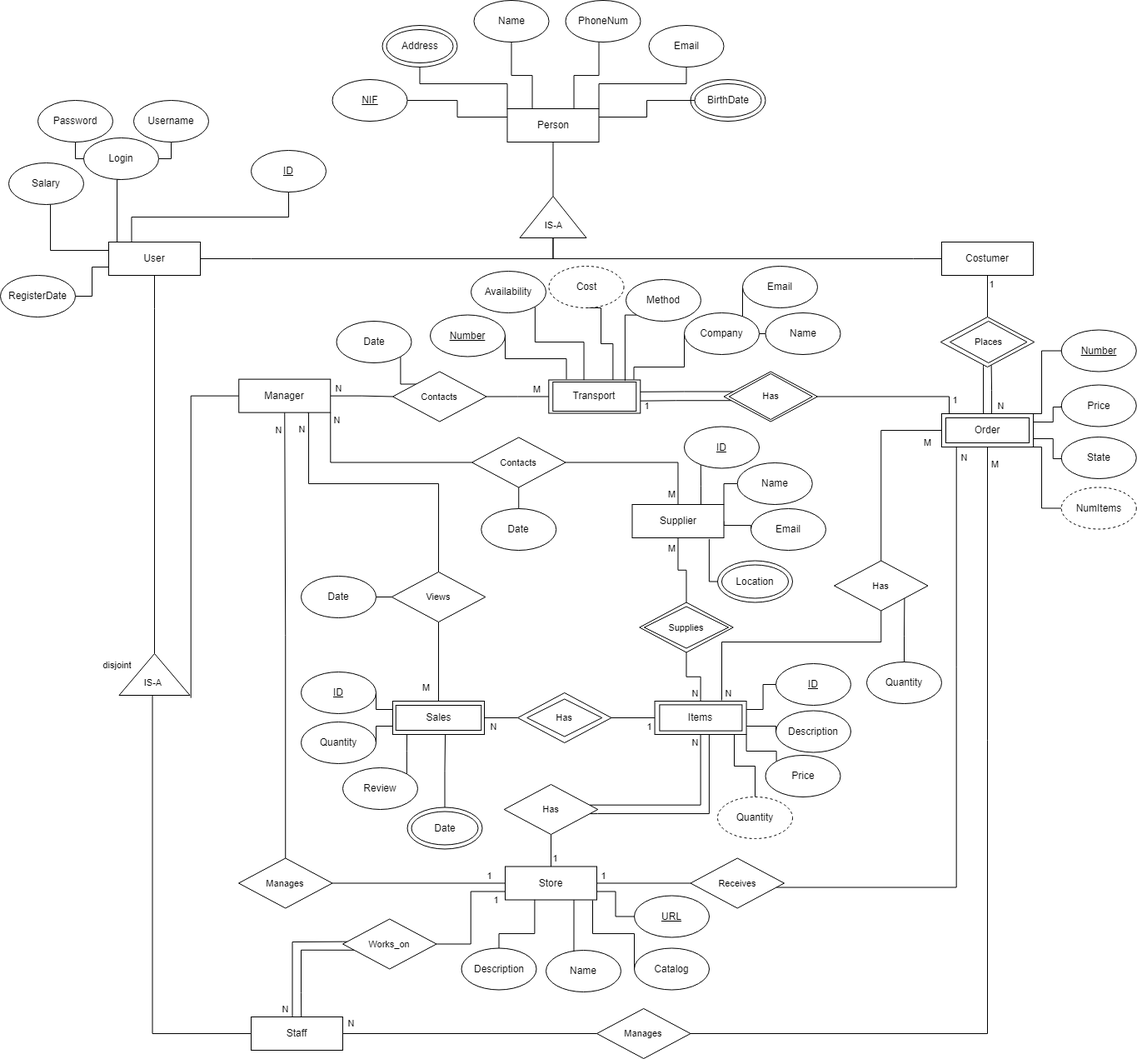
This is Images/DER.png from ZeMendes17/BD_Project, a draw.io export, as it was before one commit. Source tidied: cells renumbered, new cells last; positions are measured from the earlier drawing's top-left corner, leaving out a move shared by most shapes.
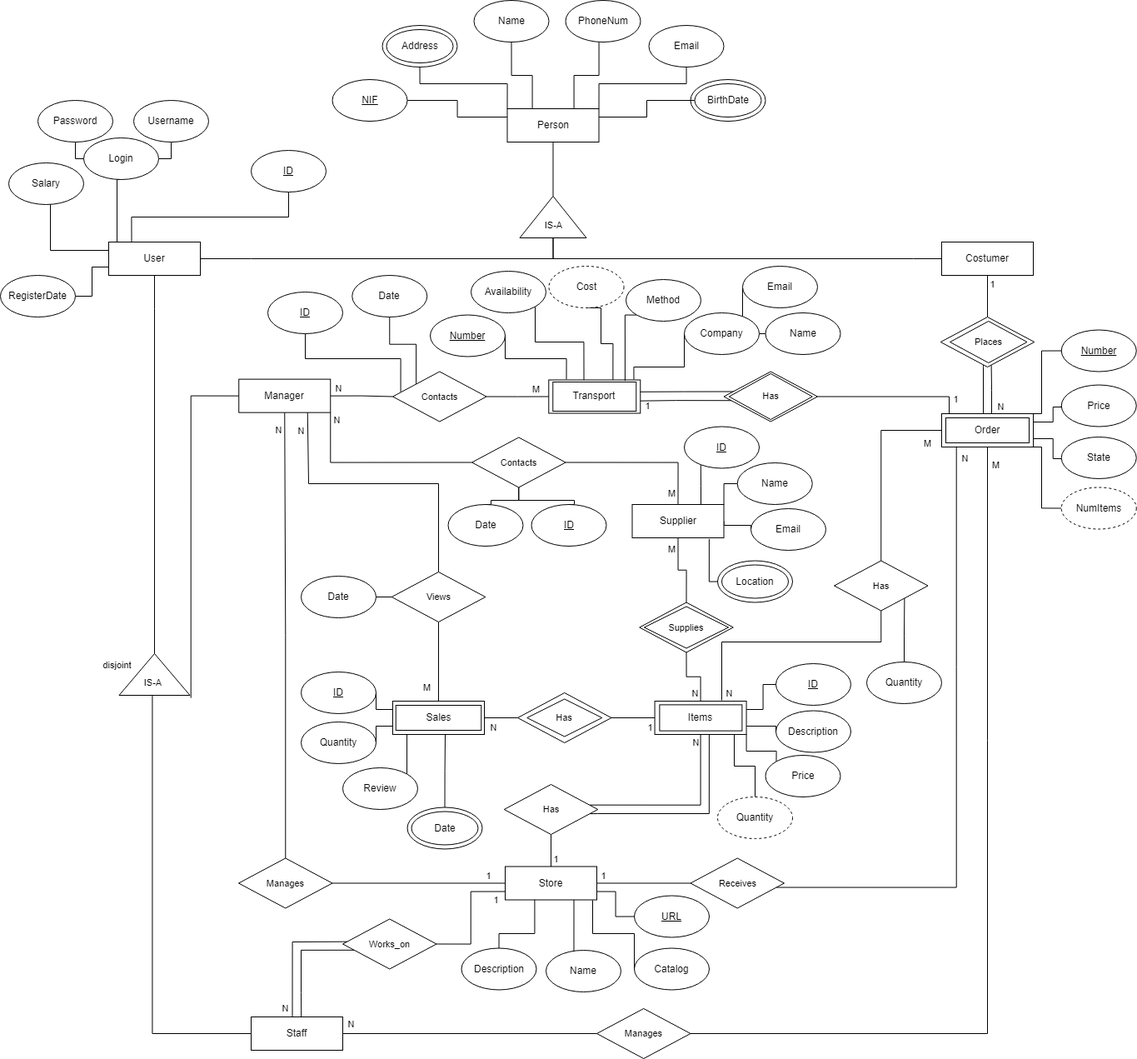
The same file after the commit.

Commit message:
Updated DER --> ID pk in Constacts

Change to the diagram source:
```diff
@@ -789,7 +789,7 @@
         <mxPoint x="-5" y="-7" as="offset" />
       </mxGeometry>
     </mxCell>
-    <mxCell id="176" style="edgeStyle=orthogonalEdgeStyle;shape=connector;rounded=0;jettySize=auto;html=1;exitX=0;exitY=0;exitDx=0;exitDy=0;entryX=1;entryY=1;entryDx=0;entryDy=0;labelBackgroundColor=default;strokeColor=default;fontFamily=Helvetica;fontSize=11;fontColor=default;endArrow=none;endFill=0;" parent="1" edge="1" source="177" target="185">
+    <mxCell id="176" style="edgeStyle=orthogonalEdgeStyle;shape=connector;rounded=0;jettySize=auto;html=1;exitX=0;exitY=0;exitDx=0;exitDy=0;entryX=0.5;entryY=1;entryDx=0;entryDy=0;labelBackgroundColor=default;strokeColor=default;fontFamily=Helvetica;fontSize=11;fontColor=default;endArrow=none;endFill=0;" parent="1" edge="1" source="177" target="185">
       <mxGeometry relative="1" as="geometry" />
     </mxCell>
     <mxCell id="177" value="Contacts" style="rhombus;whiteSpace=wrap;html=1;fontFamily=Helvetica;fontSize=11;fontColor=default;" parent="1" vertex="1">
@@ -807,8 +807,21 @@
       <mxGeometry relative="1" as="geometry" />
     </mxCell>
     <mxCell id="181" style="edgeStyle=orthogonalEdgeStyle;shape=connector;rounded=0;jettySize=auto;html=1;exitX=0.5;exitY=1;exitDx=0;exitDy=0;entryX=0.5;entryY=0;entryDx=0;entryDy=0;labelBackgroundColor=default;strokeColor=default;fontFamily=Helvetica;fontSize=11;fontColor=default;endArrow=none;endFill=0;" parent="1" edge="1" source="182" target="184">
-      <mxGeometry relative="1" as="geometry" />
+      <mxGeometry relative="1" as="geometry">
+        <Array as="points">
+          <mxPoint x="622" y="600" />
+          <mxPoint x="589" y="600" />
+        </Array>
+      </mxGeometry>
     </mxCell>
+    <mxCell id="192" style="edgeStyle=orthogonalEdgeStyle;shape=connector;rounded=0;jettySize=auto;html=1;exitX=0.5;exitY=1;exitDx=0;exitDy=0;entryX=0.5;entryY=0;entryDx=0;entryDy=0;labelBackgroundColor=default;strokeColor=default;fontFamily=Helvetica;fontSize=11;fontColor=default;endArrow=none;endFill=0;" parent="1" edge="1" source="182" target="195">
+      <mxGeometry relative="1" as="geometry">
+        <Array as="points">
+          <mxPoint x="622" y="600" />
+          <mxPoint x="689" y="600" />
+        </Array>
+      </mxGeometry>
+    </mxCell>
     <mxCell id="182" value="Contacts" style="rhombus;whiteSpace=wrap;html=1;fontFamily=Helvetica;fontSize=11;fontColor=default;" parent="1" vertex="1">
       <mxGeometry x="566" y="524.5" width="112.5" height="60" as="geometry" />
     </mxCell>
@@ -818,10 +831,10 @@
       </mxGeometry>
     </mxCell>
     <mxCell id="184" value="Date" style="ellipse;whiteSpace=wrap;html=1;" parent="1" vertex="1">
-      <mxGeometry x="577.2" y="610" width="90" height="50" as="geometry" />
+      <mxGeometry x="537.5" y="605" width="90" height="50" as="geometry" />
     </mxCell>
     <mxCell id="185" value="Date" style="ellipse;whiteSpace=wrap;html=1;" parent="1" vertex="1">
-      <mxGeometry x="403.5" y="385" width="90" height="50" as="geometry" />
+      <mxGeometry x="422.2" y="330" width="90" height="50" as="geometry" />
     </mxCell>
     <mxCell id="186" value="disjoint" style="text;html=1;align=center;verticalAlign=middle;strokeColor=none;fillColor=none;fontSize=11;fontFamily=Helvetica;fontColor=default;" parent="1" vertex="1">
       <mxGeometry x="110" y="782.5" width="60" height="30" as="geometry" />
@@ -843,5 +856,19 @@
     <mxCell id="191" value="Quantity" style="ellipse;whiteSpace=wrap;html=1;" parent="1" vertex="1">
       <mxGeometry x="1040" y="794" width="90" height="50" as="geometry" />
     </mxCell>
+    <mxCell id="193" style="edgeStyle=orthogonalEdgeStyle;rounded=0;jettySize=auto;html=1;entryX=0.085;entryY=0.403;entryDx=0;entryDy=0;entryPerimeter=0;endArrow=none;endFill=0;" parent="1" edge="1" source="194" target="177">
+      <mxGeometry relative="1" as="geometry">
+        <Array as="points">
+          <mxPoint x="366" y="430" />
+          <mxPoint x="481" y="430" />
+        </Array>
+      </mxGeometry>
+    </mxCell>
+    <mxCell id="194" value="&lt;u&gt;ID&lt;/u&gt;" style="ellipse;whiteSpace=wrap;html=1;" parent="1" vertex="1">
+      <mxGeometry x="321" y="350" width="90" height="50" as="geometry" />
+    </mxCell>
+    <mxCell id="195" value="&lt;u&gt;ID&lt;/u&gt;" style="ellipse;whiteSpace=wrap;html=1;" parent="1" vertex="1">
+      <mxGeometry x="637.5" y="605" width="90" height="50" as="geometry" />
+    </mxCell>
   </root>
 </mxGraphModel>
```
